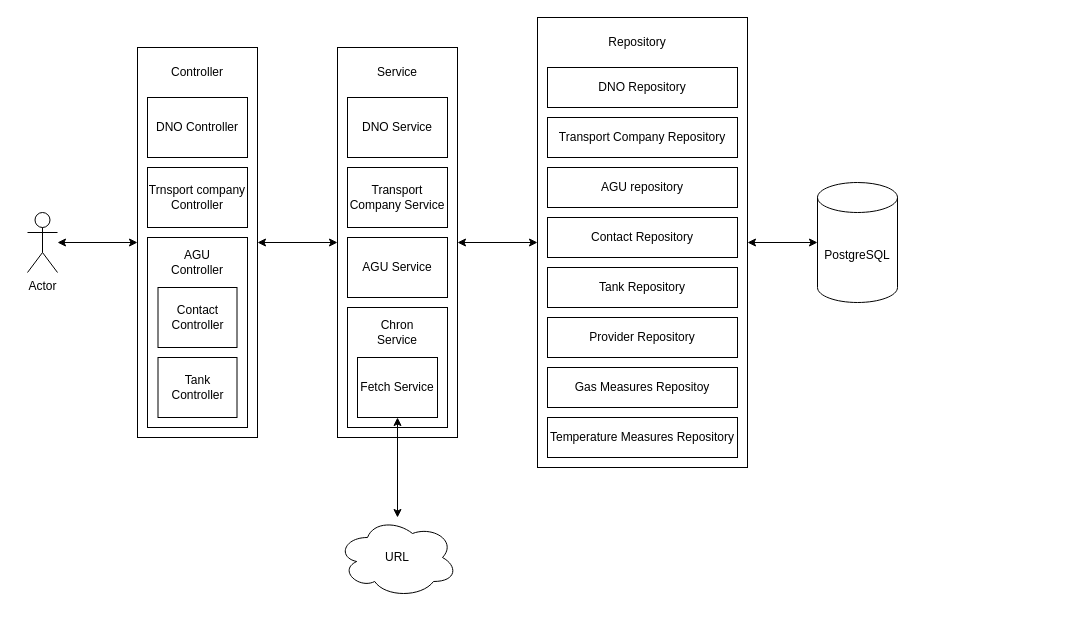
Earlier version of the draw.io diagram page "Sys-arch" (4 of 4) of docs/AGU-diagrams.drawio (AGU-Data-System/AGU-Data-System). Source tidied: cells renumbered, new cells numbered last; positions are measured from the earlier drawing's top-left corner, leaving out a move shared by most shapes. Both pictures are drawn from the tidied source at 100%, with x=0, y=0 at pixel (27, 17).
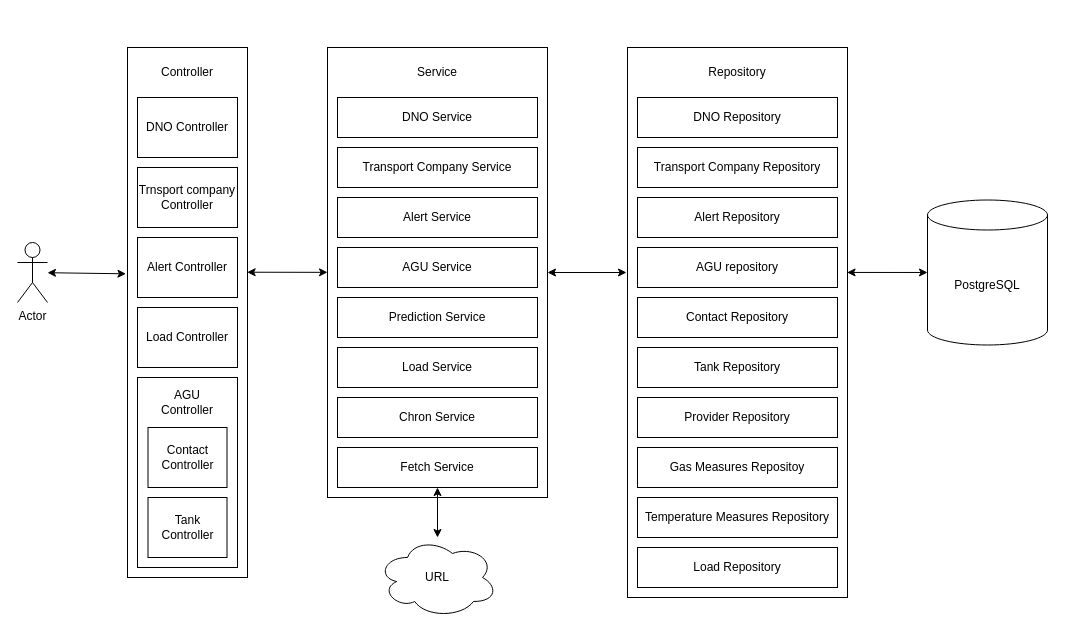
The same page after the edit.

Change to the diagram source:
```diff
@@
     <mxCell id="2" value="Actor" style="shape=umlActor;verticalLabelPosition=bottom;verticalAlign=top;html=1;outlineConnect=0;" parent="1" vertex="1">
-      <mxGeometry y="195" width="30" height="60" as="geometry" />
+      <mxGeometry x="-10" y="225" width="30" height="60" as="geometry" />
     </mxCell>
-    <mxCell id="3" style="endArrow=classic;startArrow=classic;html=1;rounded=0;" parent="1" edge="1" source="5" target="13">
+    <mxCell id="3" style="endArrow=classic;startArrow=classic;html=1;rounded=0;exitX=0.997;exitY=0.424;exitDx=0;exitDy=0;exitPerimeter=0;" parent="1" edge="1" source="5" target="13">
       <mxGeometry relative="1" as="geometry" />
     </mxCell>
-    <mxCell id="4" style="endArrow=classic;startArrow=classic;html=1;rounded=0;" parent="1" edge="1" source="5" target="2">
+    <mxCell id="4" style="endArrow=classic;startArrow=classic;html=1;rounded=0;exitX=-0.013;exitY=0.427;exitDx=0;exitDy=0;exitPerimeter=0;" parent="1" edge="1" source="5" target="2">
       <mxGeometry relative="1" as="geometry" />
     </mxCell>
     <mxCell id="5" style="rounded=0;whiteSpace=wrap;html=1;" parent="1" vertex="1">
-      <mxGeometry x="110" y="30" width="120" height="390" as="geometry" />
+      <mxGeometry x="100" y="30" width="120" height="530" as="geometry" />
     </mxCell>
     <mxCell id="6" value="Controller" style="text;html=1;align=center;verticalAlign=middle;whiteSpace=wrap;rounded=0;" parent="1" vertex="1">
-      <mxGeometry x="140" y="40" width="60" height="30" as="geometry" />
+      <mxGeometry x="130" y="40" width="60" height="30" as="geometry" />
     </mxCell>
     <mxCell id="7" value="DNO Controller" style="rounded=0;whiteSpace=wrap;html=1;" parent="1" vertex="1">
-      <mxGeometry x="120" y="80" width="100" height="60" as="geometry" />
+      <mxGeometry x="110" y="80" width="100" height="60" as="geometry" />
     </mxCell>
     <mxCell id="8" value="Trnsport company Controller" style="rounded=0;whiteSpace=wrap;html=1;" parent="1" vertex="1">
-      <mxGeometry x="120" y="150" width="100" height="60" as="geometry" />
+      <mxGeometry x="110" y="150" width="100" height="60" as="geometry" />
     </mxCell>
     <mxCell id="9" style="rounded=0;whiteSpace=wrap;html=1;" parent="1" vertex="1">
-      <mxGeometry x="120" y="220" width="100" height="190" as="geometry" />
+      <mxGeometry x="110" y="360" width="100" height="190" as="geometry" />
     </mxCell>
     <mxCell id="10" value="Contact Controller" style="rounded=0;whiteSpace=wrap;html=1;" parent="1" vertex="1">
-      <mxGeometry x="130.5" y="270" width="79" height="60" as="geometry" />
+      <mxGeometry x="120.5" y="410" width="79" height="60" as="geometry" />
     </mxCell>
     <mxCell id="11" value="Tank Controller" style="rounded=0;whiteSpace=wrap;html=1;" parent="1" vertex="1">
-      <mxGeometry x="130.5" y="340" width="79" height="60" as="geometry" />
+      <mxGeometry x="120.5" y="480" width="79" height="60" as="geometry" />
     </mxCell>
     <mxCell id="12" value="AGU Controller" style="text;html=1;align=center;verticalAlign=middle;whiteSpace=wrap;rounded=0;" parent="1" vertex="1">
-      <mxGeometry x="140" y="230" width="60" height="30" as="geometry" />
+      <mxGeometry x="130" y="370" width="60" height="30" as="geometry" />
     </mxCell>
     <mxCell id="13" style="rounded=0;whiteSpace=wrap;html=1;" parent="1" vertex="1">
-      <mxGeometry x="310" y="30" width="120" height="390" as="geometry" />
+      <mxGeometry x="300" y="30" width="220" height="450" as="geometry" />
     </mxCell>
     <mxCell id="14" value="AGU Service" style="rounded=0;whiteSpace=wrap;html=1;" parent="1" vertex="1">
-      <mxGeometry x="320" y="220" width="100" height="60" as="geometry" />
+      <mxGeometry x="310" y="230" width="200" height="40" as="geometry" />
     </mxCell>
     <mxCell id="15" value="DNO Service" style="rounded=0;whiteSpace=wrap;html=1;" parent="1" vertex="1">
-      <mxGeometry x="320" y="80" width="100" height="60" as="geometry" />
+      <mxGeometry x="310" y="80" width="200" height="40" as="geometry" />
     </mxCell>
     <mxCell id="16" value="Transport Company Service" style="rounded=0;whiteSpace=wrap;html=1;" parent="1" vertex="1">
-      <mxGeometry x="320" y="150" width="100" height="60" as="geometry" />
+      <mxGeometry x="310" y="130" width="200" height="40" as="geometry" />
     </mxCell>
-    <mxCell id="17" style="rounded=0;whiteSpace=wrap;html=1;" parent="1" vertex="1">
-      <mxGeometry x="320" y="290" width="100" height="120" as="geometry" />
+    <mxCell id="17" value="Chron Service" style="rounded=0;whiteSpace=wrap;html=1;" parent="1" vertex="1">
+      <mxGeometry x="310" y="380" width="200" height="40" as="geometry" />
     </mxCell>
     <mxCell id="18" value="Fetch Service" style="rounded=0;whiteSpace=wrap;html=1;" parent="1" vertex="1">
-      <mxGeometry x="330" y="340" width="80" height="60" as="geometry" />
+      <mxGeometry x="310" y="430" width="200" height="40" as="geometry" />
     </mxCell>
-    <mxCell id="19" value="Chron Service" style="text;html=1;align=center;verticalAlign=middle;whiteSpace=wrap;rounded=0;" parent="1" vertex="1">
-      <mxGeometry x="340" y="300" width="60" height="30" as="geometry" />
-    </mxCell>
     <mxCell id="20" value="Service" style="text;html=1;align=center;verticalAlign=middle;whiteSpace=wrap;rounded=0;" parent="1" vertex="1">
-      <mxGeometry x="340" y="40" width="60" height="30" as="geometry" />
+      <mxGeometry x="380" y="40" width="60" height="30" as="geometry" />
     </mxCell>
     <mxCell id="21" style="rounded=0;whiteSpace=wrap;html=1;" parent="1" vertex="1">
-      <mxGeometry x="510" width="210" height="450" as="geometry" />
+      <mxGeometry x="600" y="30" width="220" height="550" as="geometry" />
     </mxCell>
-    <mxCell id="22" style="endArrow=classic;startArrow=classic;html=1;rounded=0;" parent="1" edge="1" source="13" target="21">
-      <mxGeometry relative="1" as="geometry" />
+    <mxCell id="22" style="endArrow=classic;startArrow=classic;html=1;rounded=0;" parent="1" edge="1" source="13">
+      <mxGeometry relative="1" as="geometry">
+        <mxPoint x="599" y="255" as="targetPoint" />
+      </mxGeometry>
     </mxCell>
     <mxCell id="23" value="AGU repository" style="rounded=0;whiteSpace=wrap;html=1;" parent="1" vertex="1">
-      <mxGeometry x="520" y="150" width="190" height="40" as="geometry" />
+      <mxGeometry x="610" y="230" width="200" height="40" as="geometry" />
     </mxCell>
     <mxCell id="24" value="DNO Repository" style="rounded=0;whiteSpace=wrap;html=1;" parent="1" vertex="1">
-      <mxGeometry x="520" y="50" width="190" height="40" as="geometry" />
+      <mxGeometry x="610" y="80" width="200" height="40" as="geometry" />
     </mxCell>
     <mxCell id="25" value="Transport Company Repository" style="rounded=0;whiteSpace=wrap;html=1;" parent="1" vertex="1">
-      <mxGeometry x="520" y="100" width="190" height="40" as="geometry" />
+      <mxGeometry x="610" y="130" width="200" height="40" as="geometry" />
     </mxCell>
     <mxCell id="26" value="Contact Repository" style="rounded=0;whiteSpace=wrap;html=1;" parent="1" vertex="1">
-      <mxGeometry x="520" y="200" width="190" height="40" as="geometry" />
+      <mxGeometry x="610" y="280" width="200" height="40" as="geometry" />
     </mxCell>
     <mxCell id="27" value="Tank Repository" style="rounded=0;whiteSpace=wrap;html=1;" parent="1" vertex="1">
-      <mxGeometry x="520" y="250" width="190" height="40" as="geometry" />
+      <mxGeometry x="610" y="330" width="200" height="40" as="geometry" />
     </mxCell>
     <mxCell id="28" value="Provider Repository" style="rounded=0;whiteSpace=wrap;html=1;" parent="1" vertex="1">
-      <mxGeometry x="520" y="300" width="190" height="40" as="geometry" />
+      <mxGeometry x="610" y="380" width="200" height="40" as="geometry" />
     </mxCell>
     <mxCell id="29" value="Gas Measures Repositoy" style="rounded=0;whiteSpace=wrap;html=1;" parent="1" vertex="1">
-      <mxGeometry x="520" y="350" width="190" height="40" as="geometry" />
+      <mxGeometry x="610" y="430" width="200" height="40" as="geometry" />
     </mxCell>
     <mxCell id="30" value="Temperature Measures Repository" style="rounded=0;whiteSpace=wrap;html=1;" parent="1" vertex="1">
-      <mxGeometry x="520" y="400" width="190" height="40" as="geometry" />
+      <mxGeometry x="610" y="480" width="200" height="40" as="geometry" />
     </mxCell>
     <mxCell id="31" value="Repository" style="text;html=1;align=center;verticalAlign=middle;whiteSpace=wrap;rounded=0;" parent="1" vertex="1">
-      <mxGeometry x="580" y="10" width="60" height="30" as="geometry" />
+      <mxGeometry x="680" y="40" width="60" height="30" as="geometry" />
     </mxCell>
     <mxCell id="32" value="PostgreSQL" style="shape=cylinder3;whiteSpace=wrap;html=1;boundedLbl=1;backgroundOutline=1;size=15;" parent="1" vertex="1">
-      <mxGeometry x="790" y="165" width="80" height="120" as="geometry" />
+      <mxGeometry x="900" y="182.5" width="120" height="145" as="geometry" />
     </mxCell>
     <mxCell id="33" value="URL" style="ellipse;shape=cloud;whiteSpace=wrap;html=1;" parent="1" vertex="1">
-      <mxGeometry x="310" y="500" width="120" height="80" as="geometry" />
+      <mxGeometry x="350" y="520" width="120" height="80" as="geometry" />
     </mxCell>
-    <mxCell id="34" style="endArrow=classic;startArrow=classic;html=1;rounded=0;" parent="1" edge="1" source="21" target="32">
+    <mxCell id="34" style="endArrow=classic;startArrow=classic;html=1;rounded=0;exitX=0.998;exitY=0.409;exitDx=0;exitDy=0;exitPerimeter=0;" parent="1" edge="1" source="21" target="32">
       <mxGeometry relative="1" as="geometry" />
     </mxCell>
@@
+    <mxCell id="36" value="Alert Controller" style="rounded=0;whiteSpace=wrap;html=1;" parent="1" vertex="1">
+      <mxGeometry x="110" y="220" width="100" height="60" as="geometry" />
+    </mxCell>
+    <mxCell id="37" value="Alert Service" style="rounded=0;whiteSpace=wrap;html=1;" parent="1" vertex="1">
+      <mxGeometry x="310" y="180" width="200" height="40" as="geometry" />
+    </mxCell>
+    <mxCell id="38" value="Prediction Service" style="rounded=0;whiteSpace=wrap;html=1;" parent="1" vertex="1">
+      <mxGeometry x="310" y="280" width="200" height="40" as="geometry" />
+    </mxCell>
+    <mxCell id="39" value="Load Repository" style="rounded=0;whiteSpace=wrap;html=1;" parent="1" vertex="1">
+      <mxGeometry x="610" y="530" width="200" height="40" as="geometry" />
+    </mxCell>
+    <mxCell id="40" value="Alert Repository" style="rounded=0;whiteSpace=wrap;html=1;" parent="1" vertex="1">
+      <mxGeometry x="610" y="180" width="200" height="40" as="geometry" />
+    </mxCell>
+    <mxCell id="41" value="Load Service" style="rounded=0;whiteSpace=wrap;html=1;" parent="1" vertex="1">
+      <mxGeometry x="310" y="330" width="200" height="40" as="geometry" />
+    </mxCell>
+    <mxCell id="42" value="Load Controller" style="rounded=0;whiteSpace=wrap;html=1;" parent="1" vertex="1">
+      <mxGeometry x="110" y="290" width="100" height="60" as="geometry" />
+    </mxCell>
```
